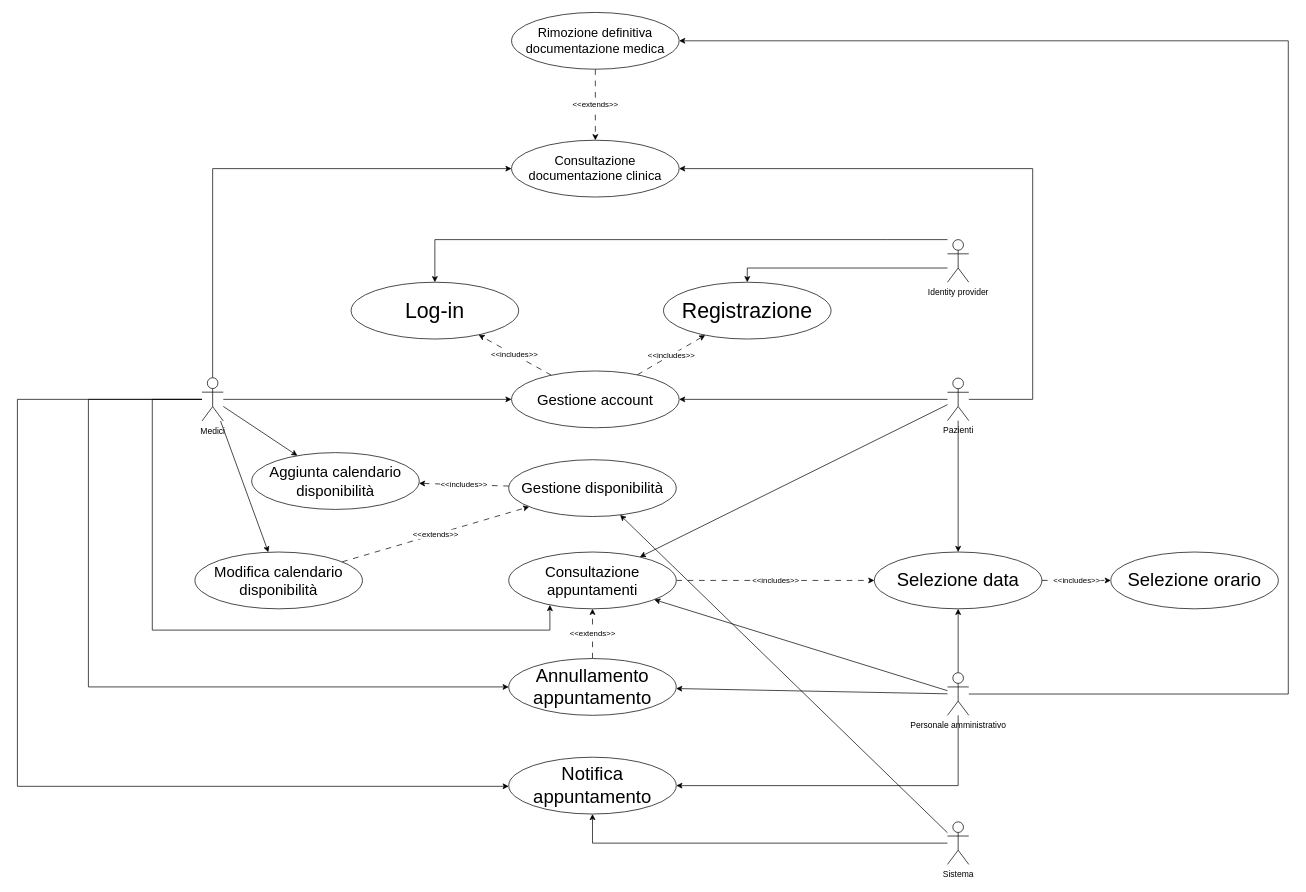
Above: page "caseUse" (1 of 5) of DiagrammiMedSync.drawio in frncscrlnd/MedSync-Sistema-di-Gestione-Appuntamenti-e-Documentazione-Medica (draw.io), before the change. Source tidied: cells renumbered, new cells numbered last; positions are measured from the earlier drawing's top-left corner, leaving out a move shared by most shapes. Both pictures are drawn from the tidied source at 71%, with x=0, y=0 at pixel (17, 12).
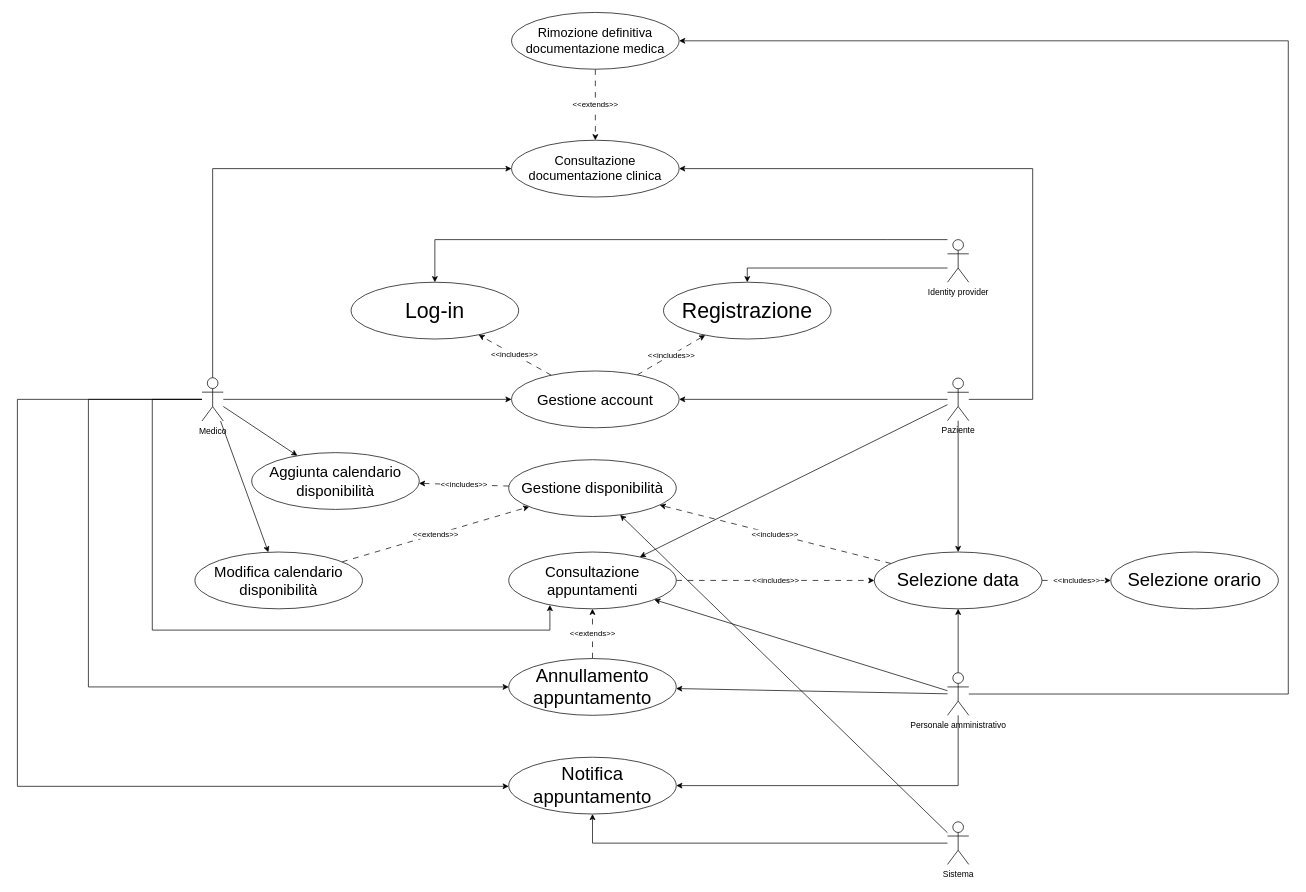
After the change.

The change refers to these unchanged cells:
```xml
<mxCell id="30" value="&lt;font style=&quot;font-size: 26px;&quot;&gt;Selezione data&lt;/font&gt;" style="ellipse;whiteSpace=wrap;html=1;" parent="1" vertex="1">
  <mxGeometry x="1207" y="760" width="236" height="80" as="geometry" />
</mxCell>
<mxCell id="47" value="&lt;font style=&quot;font-size: 21px;&quot;&gt;Gestione disponibilità&lt;/font&gt;" style="ellipse;whiteSpace=wrap;html=1;" parent="1" vertex="1">
  <mxGeometry x="692" y="630" width="236" height="80" as="geometry" />
</mxCell>
```

The edit, as a diff of the source:
```diff
@@
-    <mxCell id="6" value="Pazienti" style="shape=umlActor;verticalLabelPosition=bottom;verticalAlign=top;html=1;outlineConnect=0;" parent="1" vertex="1">
+    <mxCell id="6" value="Paziente" style="shape=umlActor;verticalLabelPosition=bottom;verticalAlign=top;html=1;outlineConnect=0;" parent="1" vertex="1">
       <mxGeometry x="1310" y="515" width="30" height="60" as="geometry" />
     </mxCell>
@@
-    <mxCell id="14" value="Medici" style="shape=umlActor;verticalLabelPosition=bottom;verticalAlign=top;html=1;outlineConnect=0;" parent="1" vertex="1">
+    <mxCell id="14" value="Medico" style="shape=umlActor;verticalLabelPosition=bottom;verticalAlign=top;html=1;outlineConnect=0;" parent="1" vertex="1">
       <mxGeometry x="260" y="514.5" width="30" height="61" as="geometry" />
     </mxCell>
@@
+    <mxCell id="48" value="&amp;lt;&amp;lt;includes&amp;gt;&amp;gt;" style="rounded=0;jettySize=auto;html=1;dashed=1;dashPattern=8 8;" parent="1" edge="1" source="30" target="47">
+      <mxGeometry relative="1" as="geometry" />
+    </mxCell>
```
